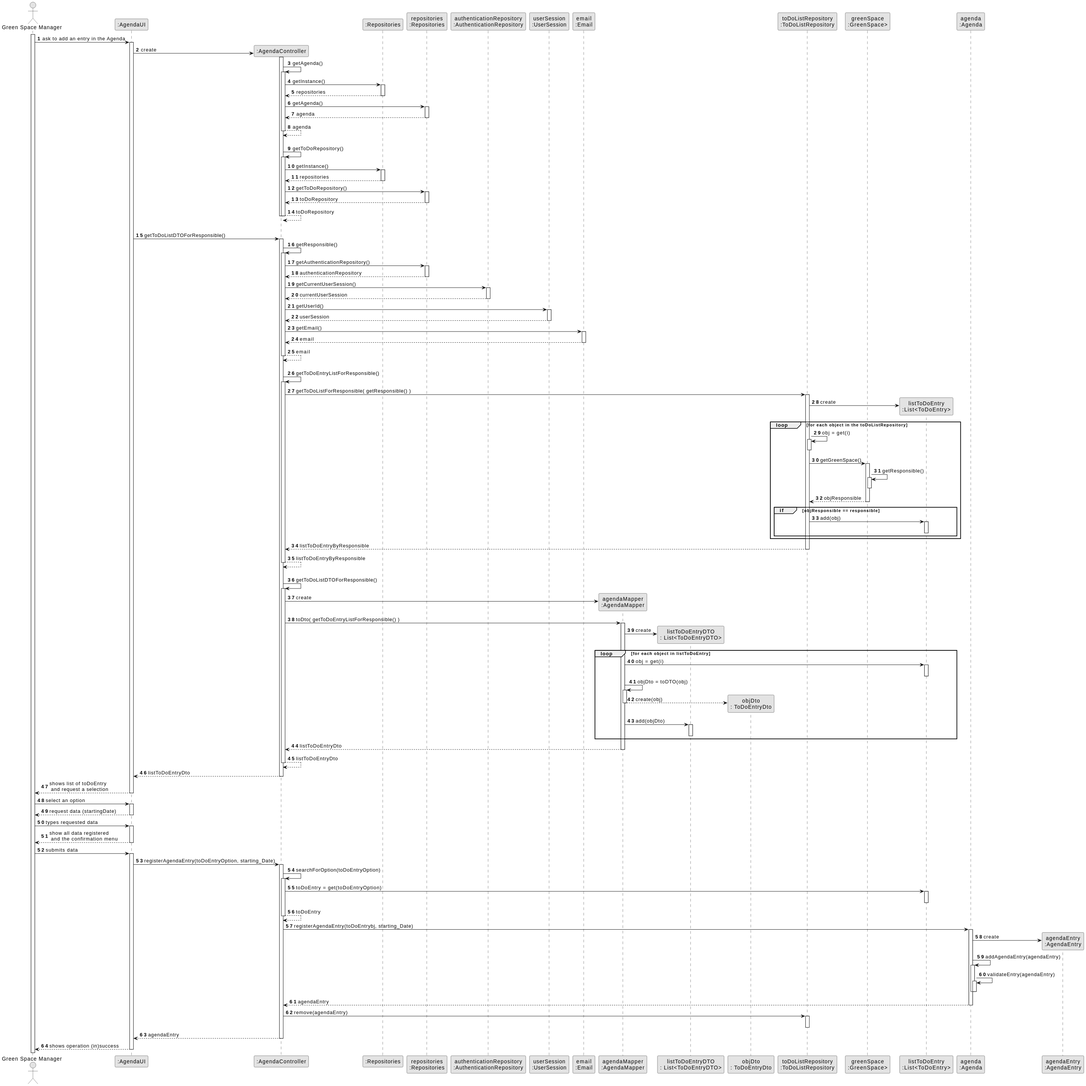
Earlier version of the PlantUML export docs/sprintC/us022/03.design/svg/us022-sequence-diagram-full.svg (SAEmanuel/Green_Spaces_Management_ISEP). Source of this version:
```plantuml
@startuml
skinparam monochrome true
skinparam packageStyle rectangle
skinparam shadowing false

autonumber


actor "Green Space Manager" as Employee

participant ":AgendaUI" as UI
participant ":AgendaController" as CTRL
participant ":Repositories" as RepositorySingleton
participant "repositories\n:Repositories" as PLAT
participant "authenticationRepository\n:AuthenticationRepository" as authenticationRepository
participant "userSession\n:UserSession" as UserSession
participant "email\n:Email" as Email
participant "agendaMapper\n:AgendaMapper" as mapper
participant "listToDoEntryDTO\n: List<ToDoEntryDTO>" as listDTO
participant "objDto\n: ToDoEntryDto" as objDto

participant "toDoListRepository\n:ToDoListRepository" as toDoListRepository
participant "greenSpace\n:GreenSpace>" as green
participant "listToDoEntry\n:List<ToDoEntry>" as listToDo
participant "agenda\n:Agenda" as AGENDA
participant "agendaEntry\n:AgendaEntry" as AGENDAENTRY

activate Employee

    Employee -> UI : ask to add an entry in the Agenda
    activate UI

   UI -> CTRL** : create

       activate CTRL

            CTRL -> CTRL : getAgenda()
            activate CTRL

                CTRL -> RepositorySingleton : getInstance()
                activate RepositorySingleton

                    RepositorySingleton --> CTRL : repositories
                deactivate RepositorySingleton

                CTRL -> PLAT : getAgenda()
                activate PLAT

                    PLAT --> CTRL : agenda
                deactivate PLAT
                CTRL --> CTRL: agenda
            deactivate CTRL
            |||

            CTRL -> CTRL : getToDoRepository()
            activate CTRL

                CTRL -> RepositorySingleton : getInstance()
                activate RepositorySingleton

                    RepositorySingleton --> CTRL : repositories
                deactivate RepositorySingleton

                CTRL -> PLAT : getToDoRepository()
                activate PLAT

                    PLAT --> CTRL : toDoRepository
                deactivate PLAT
                CTRL --> CTRL: toDoRepository
            deactivate CTRL

       deactivate CTRL

       |||

       UI -> CTRL : getToDoListDTOForResponsible()

       activate CTRL

            CTRL -> CTRL : getResponsible()
            activate CTRL

                CTRL -> PLAT  : getAuthenticationRepository()
                activate PLAT

                PLAT --> CTRL : authenticationRepository
                deactivate PLAT

                CTRL -> authenticationRepository : getCurrentUserSession()
                activate authenticationRepository

                    authenticationRepository --> CTRL : currentUserSession
                deactivate authenticationRepository

                CTRL -> UserSession : getUserId()
                activate UserSession

                    UserSession --> CTRL : userSession
                deactivate UserSession

                CTRL -> Email : getEmail()
                activate Email

                    Email --> CTRL : email
                deactivate Email
            CTRL --> CTRL : email
            deactivate CTRL

            |||
            CTRL -> CTRL : getToDoEntryListForResponsible()
            activate CTRL

                CTRL -> toDoListRepository: getToDoListForResponsible( getResponsible() )
                activate toDoListRepository

                       toDoListRepository -> listToDo** : create
                       group loop [for each object in the toDoListRepository]

                            toDoListRepository -> toDoListRepository :  obj = get(i)
                            activate toDoListRepository
                            deactivate toDoListRepository

                               toDoListRepository -> green : getGreenSpace()
                               activate green
                                    green -> green : getResponsible()
                                    activate green
                                    deactivate green

                                    green --> toDoListRepository : objResponsible
                               deactivate green
                            group if [objResponsible == responsible]

                               toDoListRepository -> listToDo : add(obj)
                               activate listToDo

                               deactivate listToDo
                            end

                       end

                    toDoListRepository --> CTRL : listToDoEntryByResponsible
                deactivate toDoListRepository

                CTRL --> CTRL : listToDoEntryByResponsible
            deactivate CTRL
            |||

       CTRL -> CTRL : getToDoListDTOForResponsible()
       activate CTRL

            CTRL -> mapper** : create
            CTRL -> mapper : toDto( getToDoEntryListForResponsible() )
            activate mapper

                mapper -> listDTO** : create
                group loop [for each object in listToDoEntry]
                    mapper -> listToDo: obj = get(i)
                    activate listToDo
                    deactivate listToDo

                    mapper -> mapper : objDto = toDTO(obj)
                    activate mapper

                        mapper --> objDto** : create(obj)
                    deactivate mapper

                    mapper -> listDTO : add(objDto)
                    activate listDTO
                    deactivate listDTO
                end
                mapper --> CTRL : listToDoEntryDto
            deactivate mapper
            CTRL --> CTRL : listToDoEntryDto
       deactivate CTRL

       CTRL --> UI : listToDoEntryDto



       deactivate CTRL
       UI --> Employee : shows list of toDoEntry\n and request a selection
   deactivate UI

    Employee -> UI : select an option

    activate UI

    UI --> Employee : request data (startingDate)
    deactivate UI

    Employee -> UI : types requested data


    activate UI

        UI --> Employee : show all data registered\n and the confirmation menu
    deactivate UI

    Employee -> UI : submits data
    activate UI

    UI -> CTRL : registerAgendaEntry(toDoEntryOption, starting_Date)
    activate CTRL

        CTRL -> CTRL : searchForOption(toDoEntryOption)
        activate CTRL

            CTRL -> listToDo: toDoEntry  = get(toDoEntryOption)
            activate listToDo
            deactivate listToDo

        CTRL --> CTRL : toDoEntry
        deactivate CTRL

        CTRL -> AGENDA : registerAgendaEntry(toDoEntrybj, starting_Date)
        activate AGENDA

            AGENDA -> AGENDAENTRY** : create
            AGENDA -> AGENDA : addAgendaEntry(agendaEntry)
            activate AGENDA

            AGENDA -> AGENDA : validateEntry(agendaEntry)
            activate AGENDA

            deactivate AGENDA

            deactivate AGENDA


        AGENDA --> CTRL : agendaEntry
        deactivate AGENDA




        CTRL -> toDoListRepository : remove(agendaEntry)
        activate toDoListRepository
        deactivate toDoListRepository



        CTRL --> UI :  agendaEntry
    deactivate CTRL

    UI --> Employee : shows operation (in)success
    deactivate UI
@enduml
```
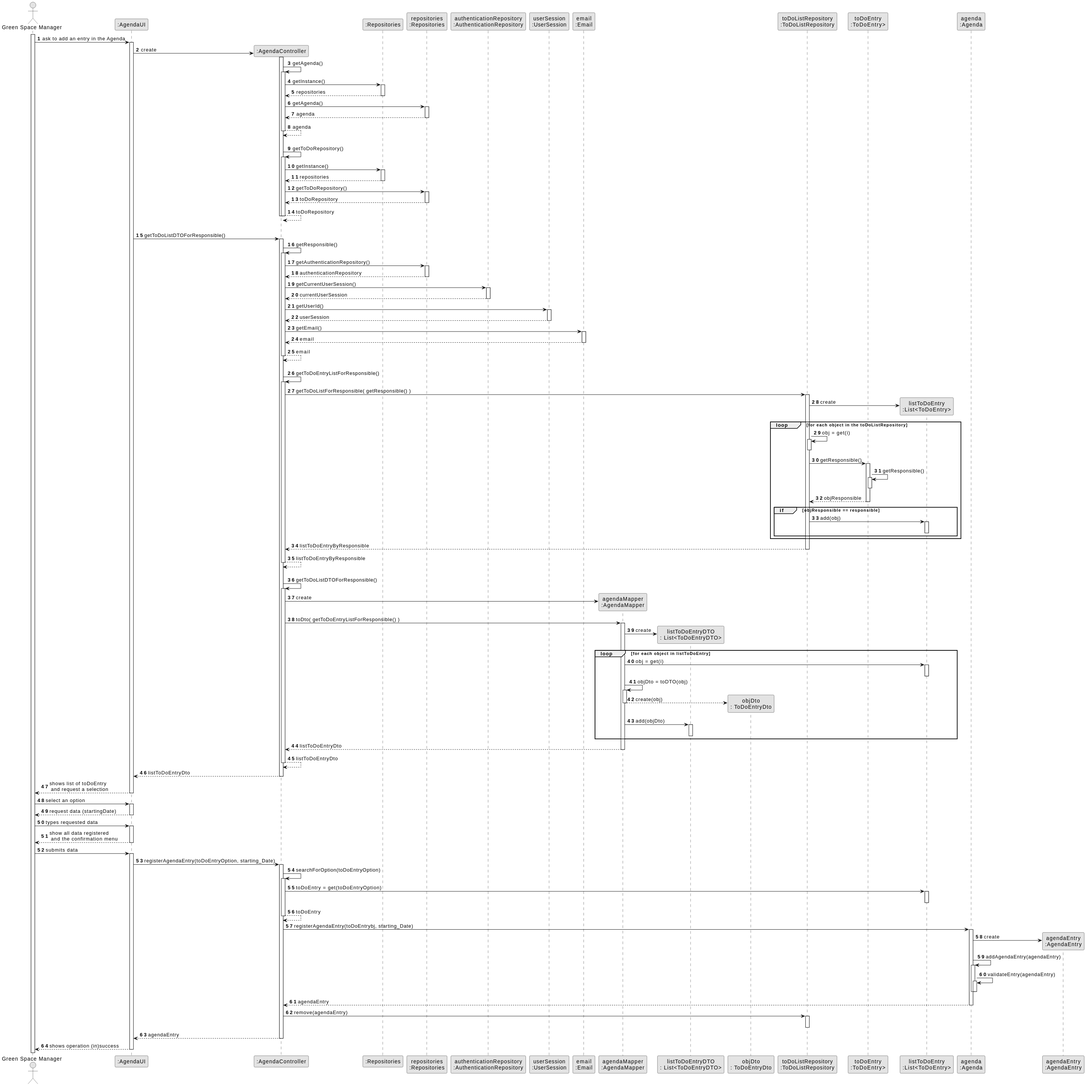
Later version of the same file.

The edit, as a diff of the source:
```diff
@@ -20,7 +20,7 @@
 participant "objDto\n: ToDoEntryDto" as objDto
 
 participant "toDoListRepository\n:ToDoListRepository" as toDoListRepository
-participant "greenSpace\n:GreenSpace>" as green
+participant "toDoEntry\n:ToDoEntry>" as green
 participant "listToDoEntry\n:List<ToDoEntry>" as listToDo
 participant "agenda\n:Agenda" as AGENDA
 participant "agendaEntry\n:AgendaEntry" as AGENDAENTRY
@@ -120,7 +120,7 @@
                             activate toDoListRepository
                             deactivate toDoListRepository
 
-                               toDoListRepository -> green : getGreenSpace()
+                               toDoListRepository -> green : getResponsible()
                                activate green
                                     green -> green : getResponsible()
                                     activate green
```
